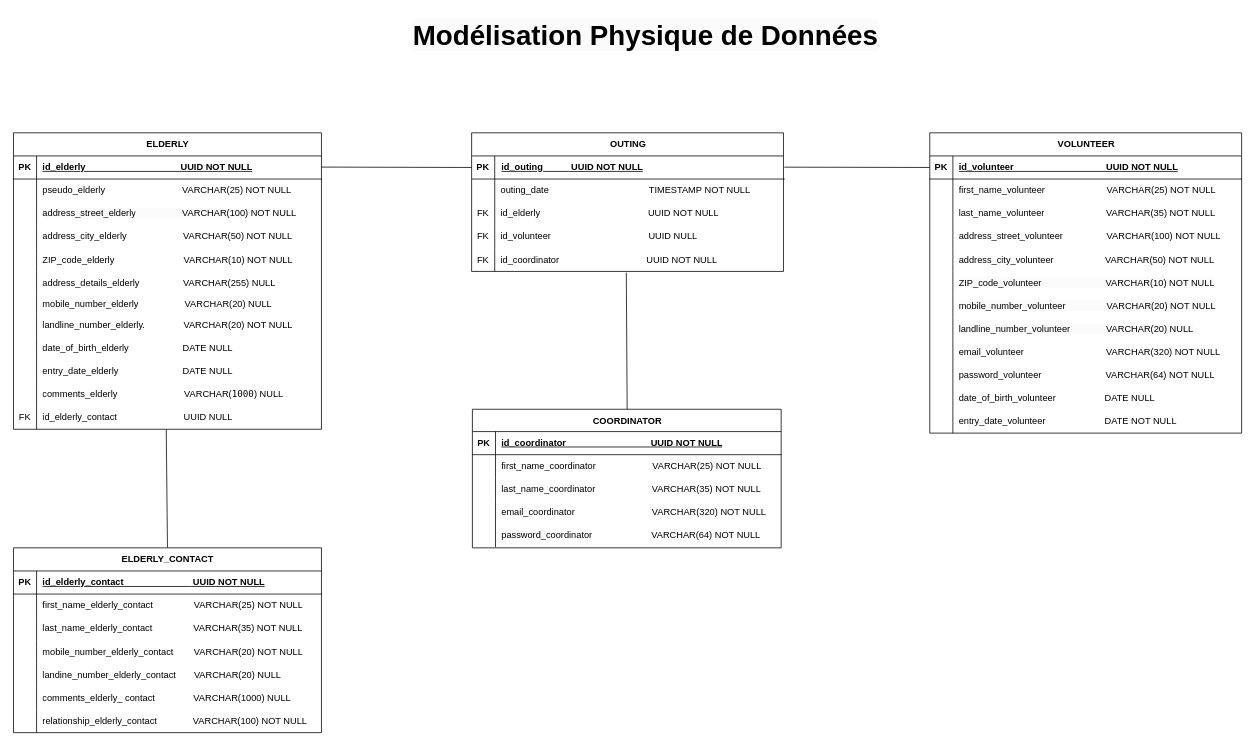
The draw.io diagram page "MPD_MaE" (3 of 6) of MCD_MaE.drawio in AnneGicquel/MCD_Marche_avec_Eliane, before the edit. Source tidied: cells renumbered, new cells numbered last; positions are measured from the earlier drawing's top-left corner, leaving out a move shared by most shapes. Both pictures are drawn from the tidied source at 77%, with x=0, y=0 at pixel (13, 13).
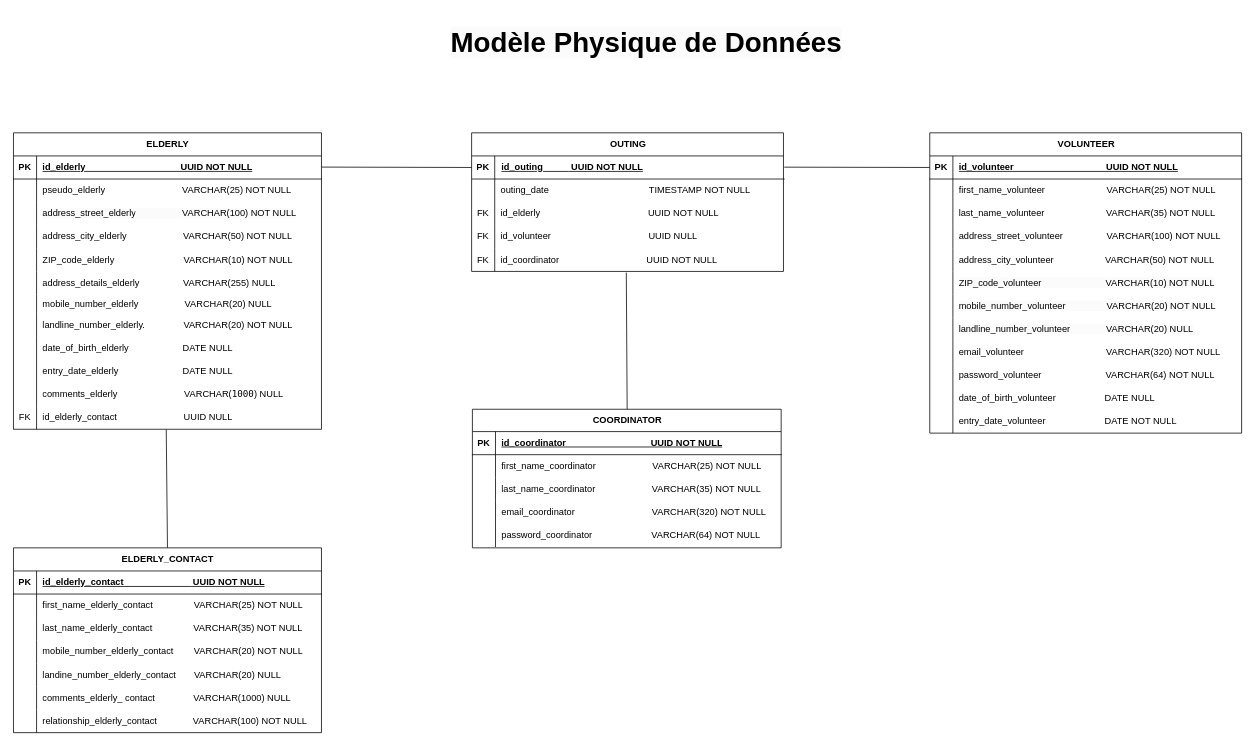
The same diagram, later.

The edit, as a diff of the source:
```diff
@@
-    <mxCell id="137" value="&lt;span style=&quot;color: rgb(0, 0, 0); font-family: montserrat; font-size: 36px; font-style: normal; font-variant-ligatures: normal; font-variant-caps: normal; font-weight: 700; letter-spacing: normal; orphans: 2; text-align: center; text-indent: 0px; text-transform: none; widows: 2; word-spacing: 0px; -webkit-text-stroke-width: 0px; white-space: nowrap; background-color: rgb(251, 251, 251); text-decoration-thickness: initial; text-decoration-style: initial; text-decoration-color: initial; display: inline !important; float: none;&quot;&gt;Modélisation Physique de Données&lt;/span&gt;" style="text;whiteSpace=wrap;html=1;" parent="1" vertex="1">
-      <mxGeometry x="517" width="560" height="70" as="geometry" />
+    <mxCell id="137" value="&lt;span style=&quot;color: rgb(0, 0, 0); font-family: montserrat; font-size: 36px; font-style: normal; font-variant-ligatures: normal; font-variant-caps: normal; font-weight: 700; letter-spacing: normal; orphans: 2; text-align: center; text-indent: 0px; text-transform: none; widows: 2; word-spacing: 0px; -webkit-text-stroke-width: 0px; white-space: nowrap; background-color: rgb(251, 251, 251); text-decoration-thickness: initial; text-decoration-style: initial; text-decoration-color: initial; display: inline !important; float: none;&quot;&gt;Modèle Physique de Données&lt;/span&gt;" style="text;whiteSpace=wrap;html=1;" parent="1" vertex="1">
+      <mxGeometry x="566" y="10" width="463" height="70" as="geometry" />
     </mxCell>
```
